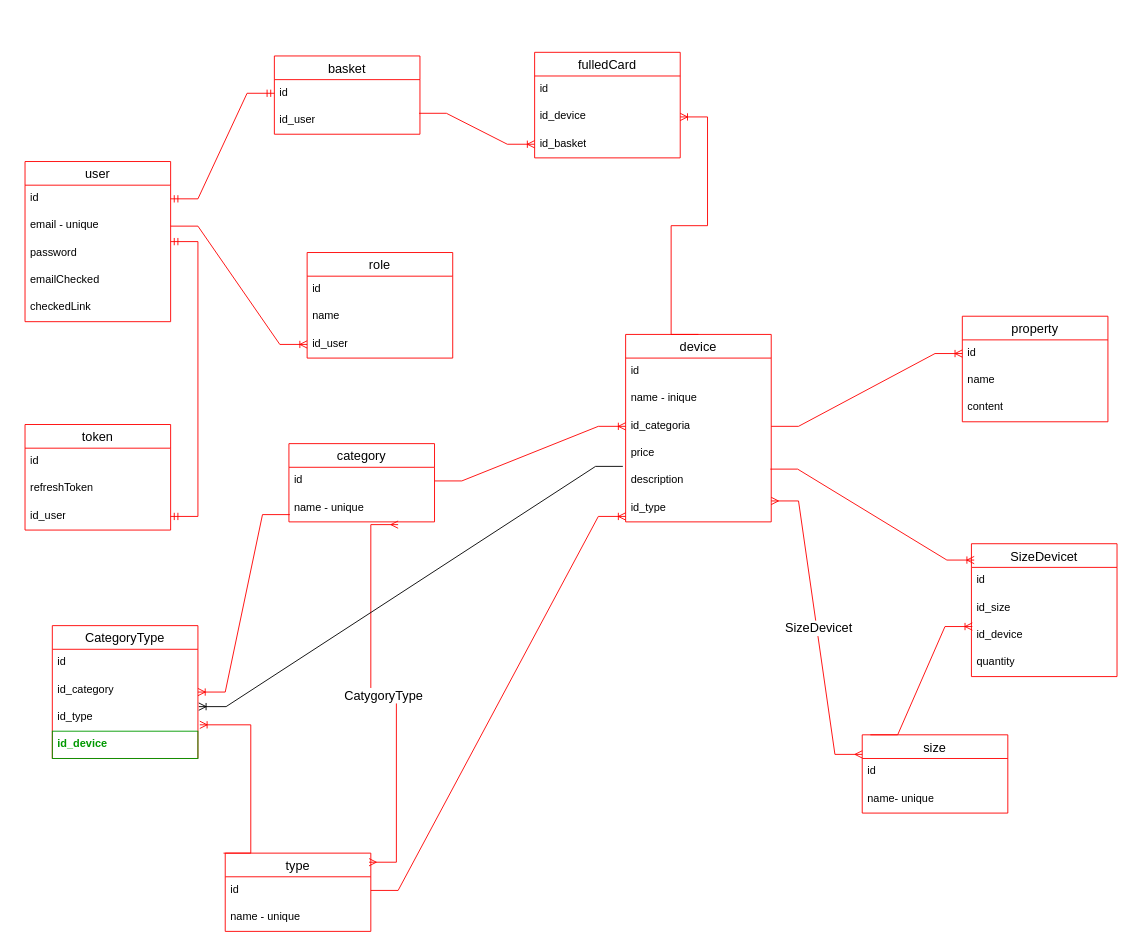
Above: shose.drawio in OlegGrn/draw_io (draw.io), before the change. Source tidied: cells renumbered, new cells numbered last; positions are measured from the earlier drawing's top-left corner, leaving out a move shared by most shapes. Both pictures are drawn from the tidied source at 91%, with x=0, y=0 at pixel (-12, 52).
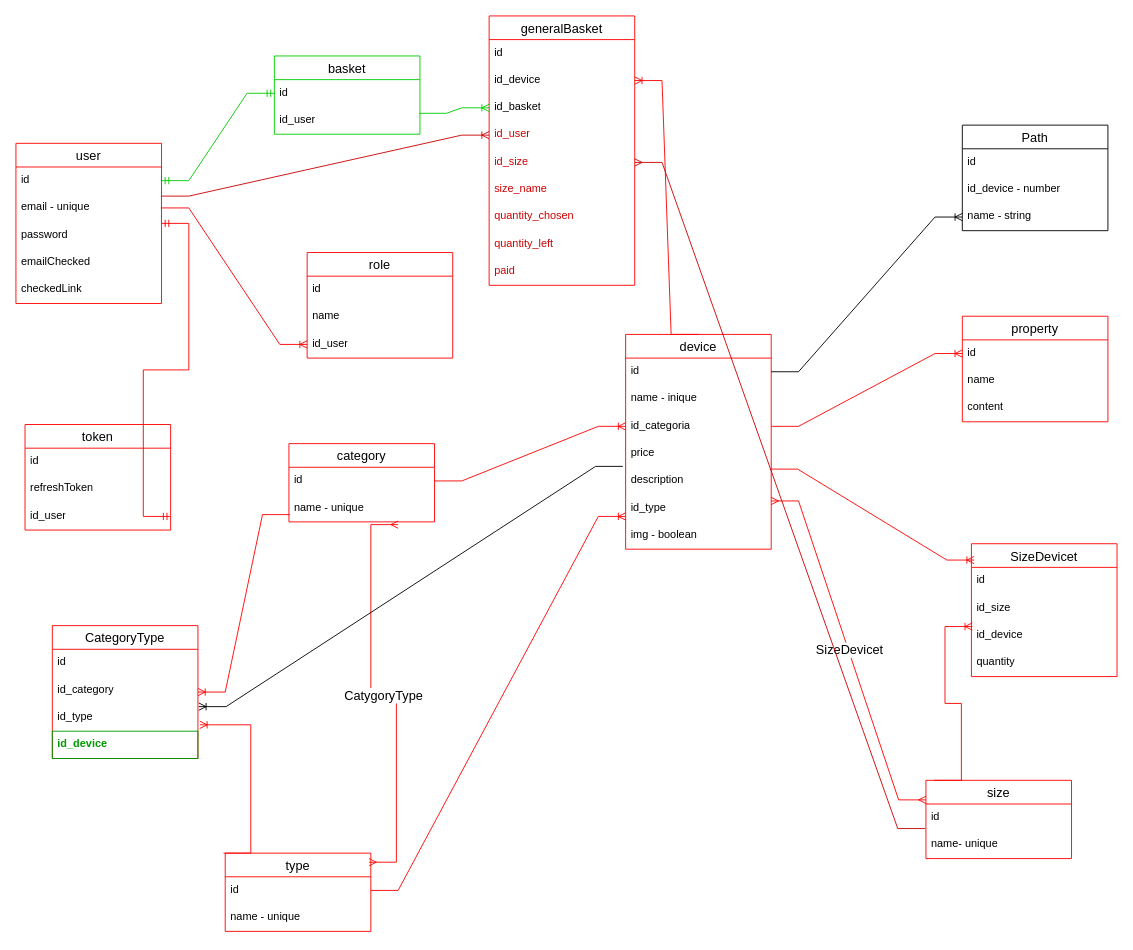
Above is the later version.

The change refers to these unchanged cells:
```xml
<mxCell id="3" value="id" style="text;strokeColor=none;fillColor=none;spacingLeft=4;spacingRight=4;overflow=hidden;points=[[0,0.5],[1,0.5]];portConstraint=eastwest;fontSize=12;whiteSpace=wrap;html=1;" parent="2" vertex="1">
  <mxGeometry y="26" width="160" height="30" as="geometry" />
</mxCell>
<mxCell id="4" value="email - unique" style="text;strokeColor=none;fillColor=none;spacingLeft=4;spacingRight=4;overflow=hidden;points=[[0,0.5],[1,0.5]];portConstraint=eastwest;fontSize=12;whiteSpace=wrap;html=1;" parent="2" vertex="1">
  <mxGeometry y="56" width="160" height="30" as="geometry" />
</mxCell>
<mxCell id="9" value="id" style="text;strokeColor=none;fillColor=none;spacingLeft=4;spacingRight=4;overflow=hidden;points=[[0,0.5],[1,0.5]];portConstraint=eastwest;fontSize=12;whiteSpace=wrap;html=1;" parent="8" vertex="1">
  <mxGeometry y="26" width="160" height="30" as="geometry" />
</mxCell>
<mxCell id="10" value="id_user" style="text;strokeColor=none;fillColor=none;spacingLeft=4;spacingRight=4;overflow=hidden;points=[[0,0.5],[1,0.5]];portConstraint=eastwest;fontSize=12;whiteSpace=wrap;html=1;" parent="8" vertex="1">
  <mxGeometry y="56" width="160" height="30" as="geometry" />
</mxCell>
<mxCell id="12" value="id" style="text;strokeColor=none;fillColor=none;spacingLeft=4;spacingRight=4;overflow=hidden;points=[[0,0.5],[1,0.5]];portConstraint=eastwest;fontSize=12;whiteSpace=wrap;html=1;" parent="11" vertex="1">
  <mxGeometry y="26" width="160" height="30" as="geometry" />
</mxCell>
<mxCell id="24" value="name- unique" style="text;strokeColor=none;fillColor=none;spacingLeft=4;spacingRight=4;overflow=hidden;points=[[0,0.5],[1,0.5]];portConstraint=eastwest;fontSize=12;whiteSpace=wrap;html=1;" parent="22" vertex="1">
  <mxGeometry y="56" width="160" height="30" as="geometry" />
</mxCell>
<mxCell id="39" value="id_basket" style="text;strokeColor=none;fillColor=none;spacingLeft=4;spacingRight=4;overflow=hidden;points=[[0,0.5],[1,0.5]];portConstraint=eastwest;fontSize=12;whiteSpace=wrap;html=1;" parent="36" vertex="1">
  <mxGeometry y="86" width="160" height="30" as="geometry" />
</mxCell>
```

Change to the diagram source:
```diff
@@
     <mxCell id="2" value="user" style="swimlane;fontStyle=0;horizontal=1;startSize=26;align=center;fontSize=14;strokeColor=#FF0000;" parent="1" vertex="1">
-      <mxGeometry x="40" y="120" width="160" height="176" as="geometry" />
+      <mxGeometry x="30" y="100" width="160" height="176" as="geometry" />
     </mxCell>
@@
-    <mxCell id="8" value="basket" style="swimlane;fontStyle=0;horizontal=1;startSize=26;align=center;fontSize=14;strokeColor=#FF0000;" parent="1" vertex="1">
+    <mxCell id="8" value="basket" style="swimlane;fontStyle=0;horizontal=1;startSize=26;align=center;fontSize=14;strokeColor=#00CC00;" parent="1" vertex="1">
       <mxGeometry x="314" y="4" width="160" height="86" as="geometry" />
     </mxCell>
@@
     <mxCell id="11" value="device" style="swimlane;fontStyle=0;horizontal=1;startSize=26;align=center;fontSize=14;strokeColor=#FF0000;" parent="1" vertex="1">
-      <mxGeometry x="700" y="310" width="160" height="206" as="geometry" />
+      <mxGeometry x="700" y="310" width="160" height="236" as="geometry" />
     </mxCell>
@@
+    <mxCell id="71" value="img - boolean" style="text;strokeColor=none;fillColor=none;spacingLeft=4;spacingRight=4;overflow=hidden;fontSize=12;whiteSpace=wrap;html=1;" parent="11" vertex="1">
+      <mxGeometry y="206" width="160" height="30" as="geometry" />
+    </mxCell>
@@
     <mxCell id="22" value="size" style="swimlane;fontStyle=0;horizontal=1;startSize=26;align=center;fontSize=14;strokeColor=#FF0000;" parent="1" vertex="1">
-      <mxGeometry x="960" y="750" width="160" height="86" as="geometry" />
+      <mxGeometry x="1030" y="800" width="160" height="86" as="geometry" />
     </mxCell>
@@
-    <mxCell id="36" value="fulledCard" style="swimlane;fontStyle=0;horizontal=1;startSize=26;align=center;fontSize=14;strokeColor=#FF0000;" parent="1" vertex="1">
-      <mxGeometry x="600" width="160" height="116" as="geometry" />
+    <mxCell id="36" value="generalBasket" style="swimlane;fontStyle=0;horizontal=1;startSize=26;align=center;fontSize=14;strokeColor=#FF0000;" parent="1" vertex="1">
+      <mxGeometry x="550" y="-40" width="160" height="296" as="geometry" />
     </mxCell>
@@
+    <mxCell id="72" value="id_user" style="text;strokeColor=none;fillColor=none;spacingLeft=4;spacingRight=4;overflow=hidden;points=[[0,0.5],[1,0.5]];portConstraint=eastwest;fontSize=12;whiteSpace=wrap;html=1;fontColor=#CC0000;" parent="36" vertex="1">
+      <mxGeometry y="116" width="160" height="30" as="geometry" />
+    </mxCell>
+    <mxCell id="73" value="id_size" style="text;strokeColor=none;fillColor=none;spacingLeft=4;spacingRight=4;overflow=hidden;points=[[0,0.5],[1,0.5]];portConstraint=eastwest;fontSize=12;whiteSpace=wrap;html=1;fontColor=#CC0000;" parent="36" vertex="1">
+      <mxGeometry y="146" width="160" height="30" as="geometry" />
+    </mxCell>
+    <mxCell id="74" value="size_name" style="text;strokeColor=none;fillColor=none;spacingLeft=4;spacingRight=4;overflow=hidden;fontSize=12;whiteSpace=wrap;html=1;fontColor=#CC0000;" parent="36" vertex="1">
+      <mxGeometry y="176" width="160" height="30" as="geometry" />
+    </mxCell>
+    <mxCell id="75" value="quantity_chosen" style="text;strokeColor=none;fillColor=none;spacingLeft=4;spacingRight=4;overflow=hidden;fontSize=12;whiteSpace=wrap;html=1;fontColor=#CC0000;" parent="36" vertex="1">
+      <mxGeometry y="206" width="160" height="30" as="geometry" />
+    </mxCell>
+    <mxCell id="76" value="quantity_left" style="text;strokeColor=none;fillColor=none;spacingLeft=4;spacingRight=4;overflow=hidden;fontSize=12;whiteSpace=wrap;html=1;fontColor=#CC0000;" parent="36" vertex="1">
+      <mxGeometry y="236" width="160" height="30" as="geometry" />
+    </mxCell>
+    <mxCell id="77" value="paid" style="text;strokeColor=none;fillColor=none;spacingLeft=4;spacingRight=4;overflow=hidden;fontSize=12;whiteSpace=wrap;html=1;fontColor=#CC0000;" parent="36" vertex="1">
+      <mxGeometry y="266" width="160" height="30" as="geometry" />
+    </mxCell>
-    <mxCell id="40" style="edgeStyle=entityRelationEdgeStyle;fontSize=12;html=1;endArrow=ERmandOne;startArrow=ERmandOne;rounded=0;entryX=0;entryY=0.5;entryDx=0;entryDy=0;exitX=1;exitY=0.5;exitDx=0;exitDy=0;strokeColor=#FF0000;" parent="1" edge="1" source="3" target="9">
+    <mxCell id="40" style="edgeStyle=entityRelationEdgeStyle;fontSize=12;html=1;endArrow=ERmandOne;startArrow=ERmandOne;rounded=0;entryX=0;entryY=0.5;entryDx=0;entryDy=0;exitX=1;exitY=0.5;exitDx=0;exitDy=0;strokeColor=#00CC00;" parent="1" edge="1" source="3" target="9">
       <mxGeometry relative="1" as="geometry" />
     </mxCell>
-    <mxCell id="41" style="edgeStyle=entityRelationEdgeStyle;fontSize=12;html=1;endArrow=ERoneToMany;rounded=0;entryX=0;entryY=0.5;entryDx=0;entryDy=0;exitX=0.994;exitY=0.233;exitDx=0;exitDy=0;exitPerimeter=0;strokeColor=#FF0000;" parent="1" edge="1" source="10" target="39">
+    <mxCell id="41" style="edgeStyle=entityRelationEdgeStyle;fontSize=12;html=1;endArrow=ERoneToMany;rounded=0;entryX=0;entryY=0.5;entryDx=0;entryDy=0;exitX=0.994;exitY=0.233;exitDx=0;exitDy=0;exitPerimeter=0;strokeColor=#00CC00;" parent="1" edge="1" source="10" target="39">
       <mxGeometry relative="1" as="geometry" />
     </mxCell>
@@
+    <mxCell id="78" style="edgeStyle=entityRelationEdgeStyle;fontSize=12;html=1;endArrow=ERoneToMany;rounded=0;entryX=0;entryY=0.5;entryDx=0;entryDy=0;exitX=1;exitY=0.067;exitDx=0;exitDy=0;exitPerimeter=0;fontColor=#CC0000;strokeColor=#CC0000;" parent="1" edge="1" source="4" target="72">
+      <mxGeometry relative="1" as="geometry" />
+    </mxCell>
+    <mxCell id="79" style="edgeStyle=entityRelationEdgeStyle;fontSize=12;html=1;endArrow=ERmany;rounded=0;exitX=-0.006;exitY=-0.1;exitDx=0;exitDy=0;exitPerimeter=0;entryX=1;entryY=0.5;entryDx=0;entryDy=0;strokeColor=#CC0000;" parent="1" edge="1" source="24" target="73">
+      <mxGeometry relative="1" as="geometry" />
+    </mxCell>
+    <mxCell id="80" value="Path" style="swimlane;fontStyle=0;horizontal=1;startSize=26;align=center;fontSize=14;" parent="1" vertex="1">
+      <mxGeometry x="1070" y="80" width="160" height="116" as="geometry" />
+    </mxCell>
+    <mxCell id="81" value="id" style="text;strokeColor=none;fillColor=none;spacingLeft=4;spacingRight=4;overflow=hidden;fontSize=12;whiteSpace=wrap;html=1;" parent="80" vertex="1">
+      <mxGeometry y="26" width="160" height="30" as="geometry" />
+    </mxCell>
+    <mxCell id="82" value="id_device - number" style="text;strokeColor=none;fillColor=none;spacingLeft=4;spacingRight=4;overflow=hidden;fontSize=12;whiteSpace=wrap;html=1;" parent="80" vertex="1">
+      <mxGeometry y="56" width="160" height="30" as="geometry" />
+    </mxCell>
+    <mxCell id="83" value="name - string" style="text;strokeColor=none;fillColor=none;spacingLeft=4;spacingRight=4;overflow=hidden;points=[[0,0.5],[1,0.5]];portConstraint=eastwest;fontSize=12;whiteSpace=wrap;html=1;" parent="80" vertex="1">
+      <mxGeometry y="86" width="160" height="30" as="geometry" />
+    </mxCell>
+    <mxCell id="84" style="edgeStyle=entityRelationEdgeStyle;fontSize=12;html=1;endArrow=ERoneToMany;rounded=0;exitX=1;exitY=0.5;exitDx=0;exitDy=0;entryX=0;entryY=0.5;entryDx=0;entryDy=0;" parent="1" edge="1" source="12" target="83">
+      <mxGeometry relative="1" as="geometry" />
+    </mxCell>
```
